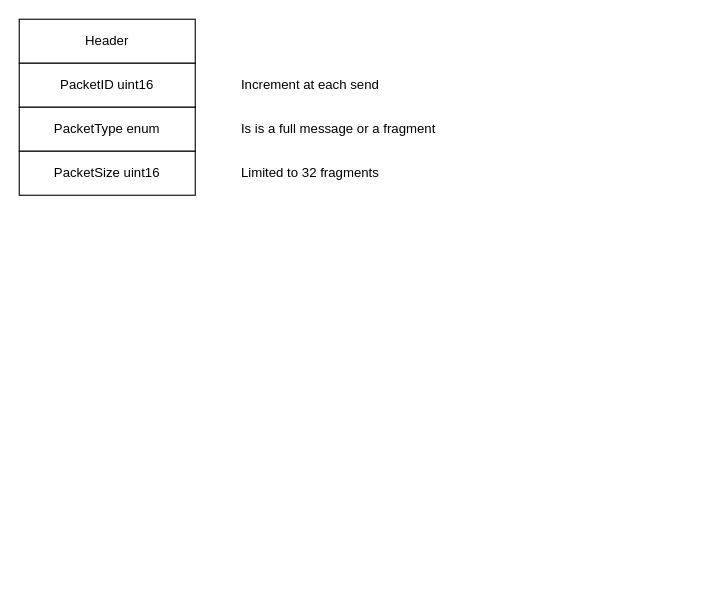
The draw.io diagram page "Packet" (4 of 4) of znetdiagram.drawio in Etiennef3D/Znet-c-, before the edit. Source tidied: cells renumbered, new cells numbered last; positions are measured from the earlier drawing's top-left corner, leaving out a move shared by most shapes. Both pictures are drawn from the tidied source at 110%, with x=0, y=0 at pixel (19, 19).
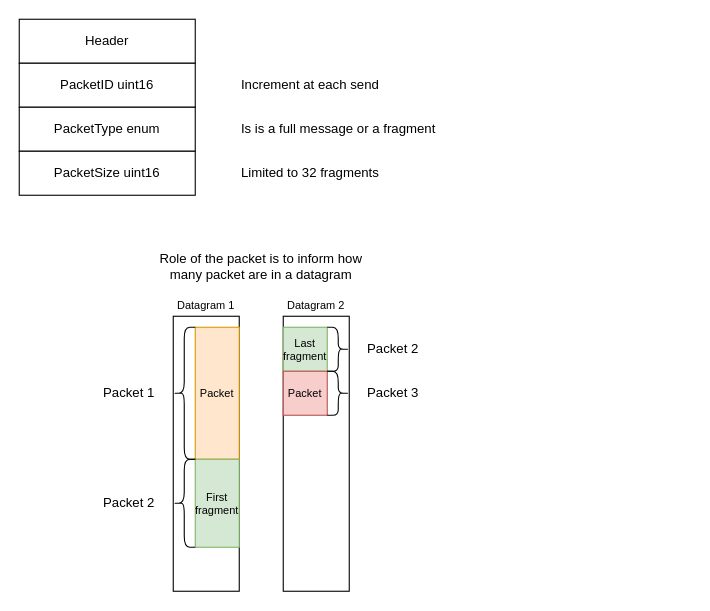
The same page after the edit.

The edit, as a diff of the source:
```diff
@@
+    <mxCell id="9" style="rounded=0;whiteSpace=wrap;html=1;" parent="1" vertex="1">
+      <mxGeometry x="240" y="270" width="60" height="250" as="geometry" />
+    </mxCell>
+    <mxCell id="10" style="rounded=0;whiteSpace=wrap;html=1;" parent="1" vertex="1">
+      <mxGeometry x="140" y="270" width="60" height="250" as="geometry" />
+    </mxCell>
@@
+    <mxCell id="11" style="rounded=0;whiteSpace=wrap;html=1;fillColor=#ffe6cc;strokeColor=#d79b00;" parent="1" vertex="1">
+      <mxGeometry x="160" y="280" width="40" height="120" as="geometry" />
+    </mxCell>
+    <mxCell id="12" style="rounded=0;whiteSpace=wrap;html=1;fillColor=#d5e8d4;strokeColor=#82b366;" parent="1" vertex="1">
+      <mxGeometry x="160" y="400" width="40" height="80" as="geometry" />
+    </mxCell>
+    <mxCell id="13" style="rounded=0;whiteSpace=wrap;html=1;fillColor=#d5e8d4;strokeColor=#82b366;" parent="1" vertex="1">
+      <mxGeometry x="240" y="280" width="40" height="40" as="geometry" />
+    </mxCell>
+    <mxCell id="14" style="rounded=0;whiteSpace=wrap;html=1;fillColor=#f8cecc;strokeColor=#b85450;" parent="1" vertex="1">
+      <mxGeometry x="240" y="320" width="40" height="40" as="geometry" />
+    </mxCell>
+    <mxCell id="15" style="shape=curlyBracket;whiteSpace=wrap;html=1;rounded=1;" parent="1" vertex="1">
+      <mxGeometry x="140" y="280" width="20" height="120" as="geometry" />
+    </mxCell>
+    <mxCell id="16" style="shape=curlyBracket;whiteSpace=wrap;html=1;rounded=1;flipH=1;" parent="1" vertex="1">
+      <mxGeometry x="280" y="320" width="20" height="40" as="geometry" />
+    </mxCell>
+    <mxCell id="17" style="shape=curlyBracket;whiteSpace=wrap;html=1;rounded=1;" parent="1" vertex="1">
+      <mxGeometry x="140" y="400" width="20" height="80" as="geometry" />
+    </mxCell>
+    <mxCell id="18" style="shape=curlyBracket;whiteSpace=wrap;html=1;rounded=1;flipH=1;" parent="1" vertex="1">
+      <mxGeometry x="280" y="280" width="20" height="40" as="geometry" />
+    </mxCell>
+    <mxCell id="19" value="Packet 1" style="text;html=1;strokeColor=none;fillColor=none;align=center;verticalAlign=middle;whiteSpace=wrap;rounded=0;" parent="1" vertex="1">
+      <mxGeometry x="60" y="330" width="80" height="20" as="geometry" />
+    </mxCell>
+    <mxCell id="20" value="Packet 2" style="text;html=1;strokeColor=none;fillColor=none;align=center;verticalAlign=middle;whiteSpace=wrap;rounded=0;" parent="1" vertex="1">
+      <mxGeometry x="60" y="430" width="80" height="20" as="geometry" />
+    </mxCell>
+    <mxCell id="21" value="Packet 2" style="text;html=1;strokeColor=none;fillColor=none;align=center;verticalAlign=middle;whiteSpace=wrap;rounded=0;" parent="1" vertex="1">
+      <mxGeometry x="300" y="290" width="80" height="20" as="geometry" />
+    </mxCell>
+    <mxCell id="22" value="Packet 3" style="text;html=1;strokeColor=none;fillColor=none;align=center;verticalAlign=middle;whiteSpace=wrap;rounded=0;" parent="1" vertex="1">
+      <mxGeometry x="300" y="330" width="80" height="20" as="geometry" />
+    </mxCell>
+    <mxCell id="23" value="Role of the packet is to inform how many packet are in a datagram" style="text;html=1;strokeColor=none;fillColor=none;align=center;verticalAlign=middle;whiteSpace=wrap;rounded=0;" parent="1" vertex="1">
+      <mxGeometry x="120" y="210" width="200" height="30" as="geometry" />
+    </mxCell>
+    <mxCell id="24" value="&lt;font style=&quot;font-size: 10px&quot;&gt;Datagram 1&lt;/font&gt;" style="text;html=1;strokeColor=none;fillColor=none;align=center;verticalAlign=middle;whiteSpace=wrap;rounded=0;" parent="1" vertex="1">
+      <mxGeometry x="140" y="250" width="60" height="20" as="geometry" />
+    </mxCell>
+    <mxCell id="25" value="&lt;font style=&quot;font-size: 10px&quot;&gt;Datagram 2&lt;/font&gt;" style="text;html=1;strokeColor=none;fillColor=none;align=center;verticalAlign=middle;whiteSpace=wrap;rounded=0;" parent="1" vertex="1">
+      <mxGeometry x="240" y="250" width="60" height="20" as="geometry" />
+    </mxCell>
+    <mxCell id="26" value="First fragment" style="text;html=1;strokeColor=none;fillColor=none;align=center;verticalAlign=middle;whiteSpace=wrap;rounded=0;fontSize=10;" parent="1" vertex="1">
+      <mxGeometry x="160" y="400" width="40" height="80" as="geometry" />
+    </mxCell>
+    <mxCell id="27" value="Last fragment" style="text;html=1;strokeColor=none;fillColor=none;align=center;verticalAlign=middle;whiteSpace=wrap;rounded=0;fontSize=10;" parent="1" vertex="1">
+      <mxGeometry x="240" y="280" width="40" height="40" as="geometry" />
+    </mxCell>
+    <mxCell id="28" value="Packet" style="text;html=1;strokeColor=none;fillColor=none;align=center;verticalAlign=middle;whiteSpace=wrap;rounded=0;fontSize=10;" parent="1" vertex="1">
+      <mxGeometry x="240" y="320" width="40" height="40" as="geometry" />
+    </mxCell>
+    <mxCell id="29" value="Packet" style="text;html=1;strokeColor=none;fillColor=none;align=center;verticalAlign=middle;whiteSpace=wrap;rounded=0;fontSize=10;" parent="1" vertex="1">
+      <mxGeometry x="160" y="320" width="40" height="40" as="geometry" />
+    </mxCell>
```
